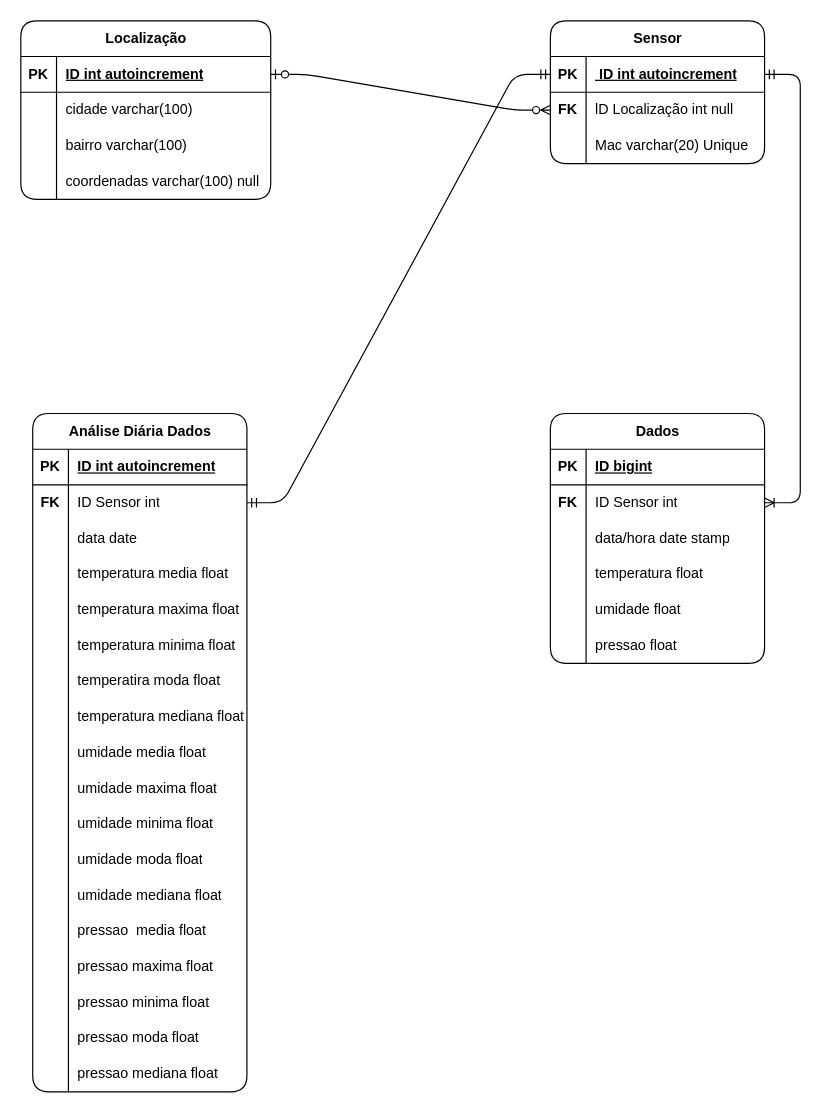
Fat83dotcom/Estacao_ESP32 keeps this draw.io diagram as page "Modelo Lógico" (2 of 3) of Modelo_de_Dados.drawio. Above is the earlier version. Source tidied: cells renumbered, new cells numbered last; positions are measured from the earlier drawing's top-left corner, leaving out a move shared by most shapes. Both pictures are drawn from the tidied source at 119%, with x=0, y=0 at pixel (20, 20).
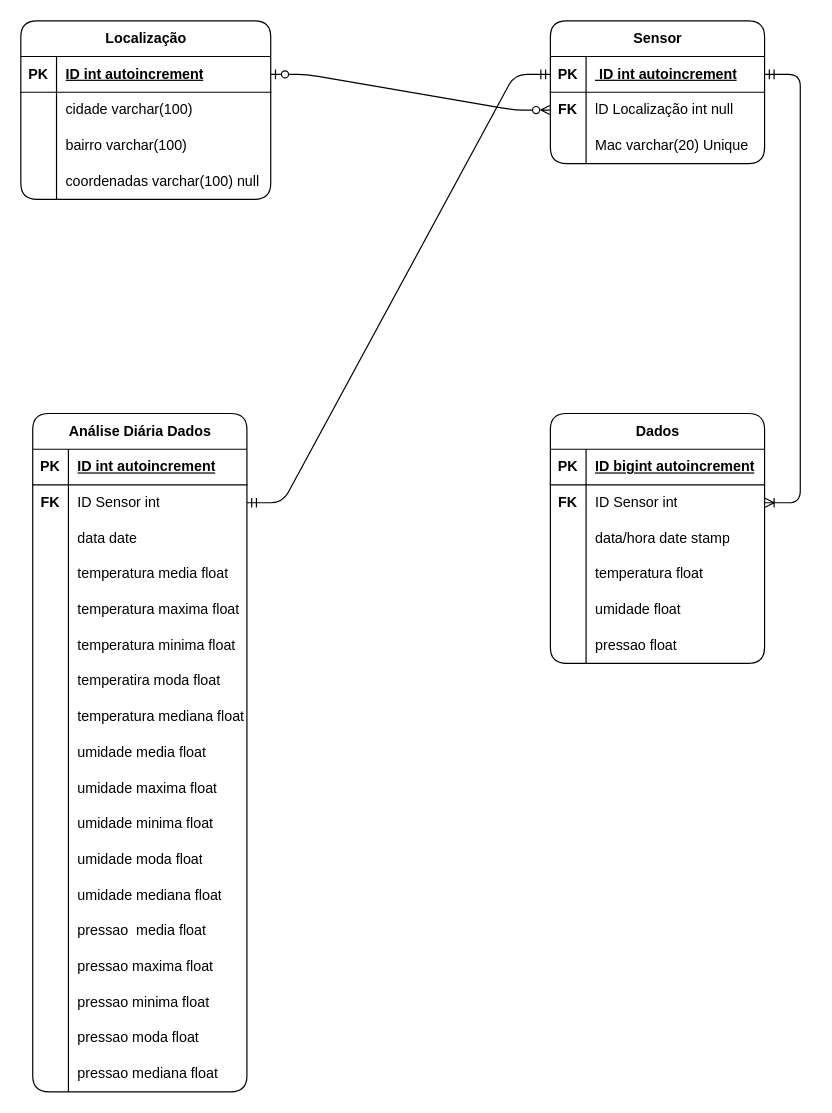
Above is the later version.

Commit message (it also covers changes not shown here):
Modificação nos modelos.

Unchanged cells that the change refers to:
```xml
<mxCell id="26" style="shape=tableRow;horizontal=0;startSize=0;swimlaneHead=0;swimlaneBody=0;fillColor=none;top=0;left=0;right=0;bottom=1;fontFamily=Helvetica;fontSize=12;html=1;rounded=1;labelBackgroundColor=none;" parent="25" vertex="1">
  <mxGeometry y="30" width="180" height="30" as="geometry" />
</mxCell>
```

Change to the diagram source:
```diff
@@
-    <mxCell id="28" value="ID bigint" style="shape=partialRectangle;fillColor=none;top=0;left=0;bottom=0;right=0;align=left;spacingLeft=6;fontStyle=5;overflow=hidden;fontFamily=Helvetica;fontSize=12;html=1;rounded=1;labelBackgroundColor=none;" parent="26" vertex="1">
+    <mxCell id="28" value="ID bigint autoincrement" style="shape=partialRectangle;fillColor=none;top=0;left=0;bottom=0;right=0;align=left;spacingLeft=6;fontStyle=5;overflow=hidden;fontFamily=Helvetica;fontSize=12;html=1;rounded=1;labelBackgroundColor=none;" parent="26" vertex="1">
       <mxGeometry x="30" width="150" height="30" as="geometry" />
     </mxCell>
```
